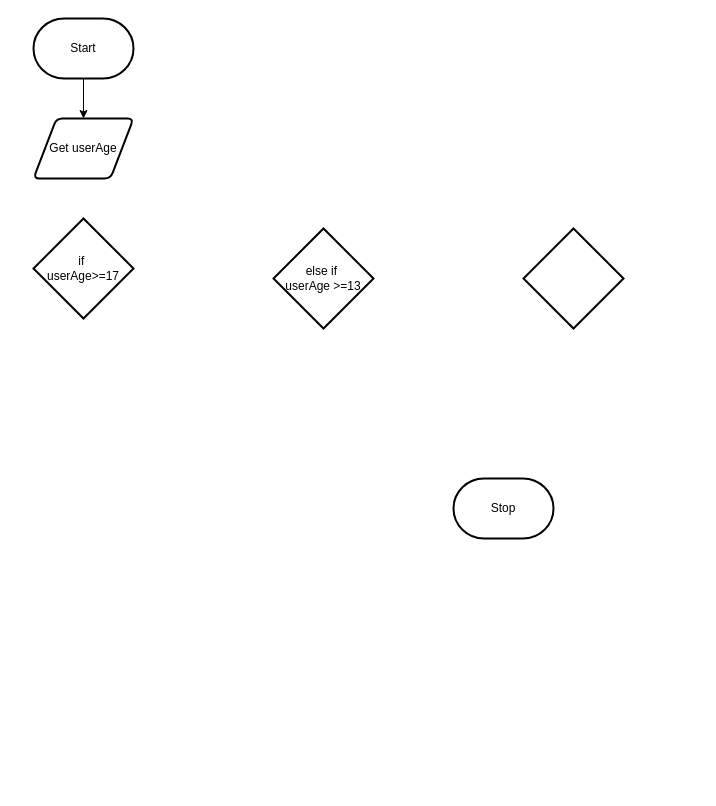
Earlier version of the draw.io diagram design/flowchart.drawio (Gabriel-Zanardi/ICD2O-Unit-6-01-PWA-Gabriel-Zanardi). Source tidied: cells renumbered, new cells numbered last; positions are measured from the earlier drawing's top-left corner, leaving out a move shared by most shapes. Both pictures are drawn from the tidied source at 100%, with x=0, y=0 at pixel (33, 18).
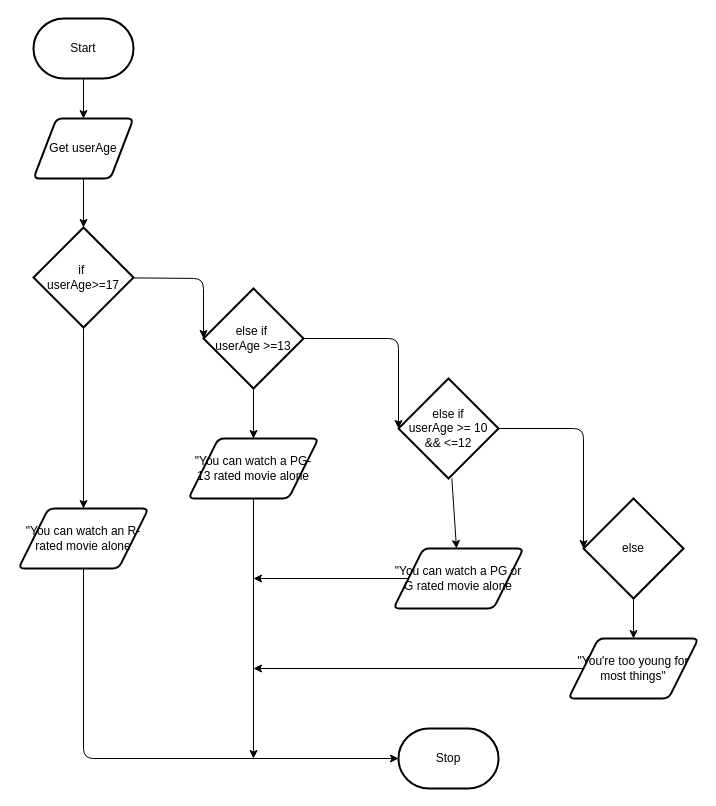
The same page after the edit.

Commit message:
init storyboard

The change refers to these unchanged cells:
```xml
<mxCell id="5" value="Get userAge" style="shape=parallelogram;html=1;strokeWidth=2;perimeter=parallelogramPerimeter;whiteSpace=wrap;rounded=1;arcSize=12;size=0.23;" parent="1" vertex="1">
  <mxGeometry y="100" width="100" height="60" as="geometry" />
</mxCell>
```

Change to the diagram source:
```diff
@@
     <mxCell id="4" value="Stop" style="strokeWidth=2;html=1;shape=mxgraph.flowchart.terminator;whiteSpace=wrap;" parent="1" vertex="1">
-      <mxGeometry x="420" y="460" width="100" height="60" as="geometry" />
+      <mxGeometry x="365" y="710" width="100" height="60" as="geometry" />
     </mxCell>
+    <mxCell id="9" style="edgeStyle=none;html=1;entryX=0.5;entryY=0;entryDx=0;entryDy=0;entryPerimeter=0;" parent="1" edge="1" source="5" target="6">
+      <mxGeometry relative="1" as="geometry" />
+    </mxCell>
@@
+    <mxCell id="10" style="edgeStyle=none;html=1;" parent="1" edge="1" source="6" target="19">
+      <mxGeometry relative="1" as="geometry" />
+    </mxCell>
+    <mxCell id="11" style="edgeStyle=none;html=1;entryX=0;entryY=0.5;entryDx=0;entryDy=0;entryPerimeter=0;" parent="1" edge="1" source="6" target="7">
+      <mxGeometry relative="1" as="geometry">
+        <Array as="points">
+          <mxPoint x="170" y="260" />
+        </Array>
+      </mxGeometry>
+    </mxCell>
     <mxCell id="6" value="if&amp;nbsp;&lt;br&gt;userAge&amp;gt;=17" style="strokeWidth=2;html=1;shape=mxgraph.flowchart.decision;whiteSpace=wrap;" parent="1" vertex="1">
-      <mxGeometry y="200" width="100" height="100" as="geometry" />
+      <mxGeometry y="209" width="100" height="100" as="geometry" />
     </mxCell>
+    <mxCell id="12" style="edgeStyle=none;html=1;entryX=0;entryY=0.5;entryDx=0;entryDy=0;entryPerimeter=0;" parent="1" edge="1" source="7" target="8">
+      <mxGeometry relative="1" as="geometry">
+        <Array as="points">
+          <mxPoint x="365" y="320" />
+        </Array>
+      </mxGeometry>
+    </mxCell>
+    <mxCell id="13" style="edgeStyle=none;html=1;entryX=0.5;entryY=0;entryDx=0;entryDy=0;" parent="1" edge="1" source="7" target="21">
+      <mxGeometry relative="1" as="geometry" />
+    </mxCell>
     <mxCell id="7" value="else if&amp;nbsp;&lt;br&gt;userAge &amp;gt;=13" style="strokeWidth=2;html=1;shape=mxgraph.flowchart.decision;whiteSpace=wrap;" parent="1" vertex="1">
-      <mxGeometry x="240" y="210" width="100" height="100" as="geometry" />
+      <mxGeometry x="170" y="270" width="100" height="100" as="geometry" />
     </mxCell>
+    <mxCell id="14" style="edgeStyle=none;html=1;exitX=1;exitY=0.5;exitDx=0;exitDy=0;exitPerimeter=0;entryX=0;entryY=0.5;entryDx=0;entryDy=0;entryPerimeter=0;" parent="1" edge="1" source="8" target="17">
+      <mxGeometry relative="1" as="geometry">
+        <Array as="points">
+          <mxPoint x="550" y="410" />
+        </Array>
+      </mxGeometry>
+    </mxCell>
+    <mxCell id="15" style="edgeStyle=none;html=1;" parent="1" edge="1" source="8" target="23">
+      <mxGeometry relative="1" as="geometry" />
+    </mxCell>
-    <mxCell id="8" style="strokeWidth=2;html=1;shape=mxgraph.flowchart.decision;whiteSpace=wrap;" parent="1" vertex="1">
-      <mxGeometry x="490" y="210" width="100" height="100" as="geometry" />
+    <mxCell id="8" value="else if&lt;br&gt;userAge &amp;gt;= 10 &amp;amp;&amp;amp; &amp;lt;=12" style="strokeWidth=2;html=1;shape=mxgraph.flowchart.decision;whiteSpace=wrap;" parent="1" vertex="1">
+      <mxGeometry x="365" y="360" width="100" height="100" as="geometry" />
     </mxCell>
+    <mxCell id="16" style="edgeStyle=none;html=1;entryX=0.5;entryY=0;entryDx=0;entryDy=0;" parent="1" edge="1" source="17" target="25">
+      <mxGeometry relative="1" as="geometry" />
+    </mxCell>
+    <mxCell id="17" value="else" style="strokeWidth=2;html=1;shape=mxgraph.flowchart.decision;whiteSpace=wrap;" parent="1" vertex="1">
+      <mxGeometry x="550" y="480" width="100" height="100" as="geometry" />
+    </mxCell>
+    <mxCell id="18" style="edgeStyle=none;html=1;" parent="1" edge="1" source="19" target="4">
+      <mxGeometry relative="1" as="geometry">
+        <Array as="points">
+          <mxPoint x="50" y="740" />
+        </Array>
+      </mxGeometry>
+    </mxCell>
+    <mxCell id="19" value="&quot;You can watch an R-rated movie alone" style="shape=parallelogram;html=1;strokeWidth=2;perimeter=parallelogramPerimeter;whiteSpace=wrap;rounded=1;arcSize=12;size=0.23;" parent="1" vertex="1">
+      <mxGeometry x="-15" y="490" width="130" height="60" as="geometry" />
+    </mxCell>
+    <mxCell id="20" style="edgeStyle=none;html=1;" parent="1" edge="1" source="21">
+      <mxGeometry relative="1" as="geometry">
+        <mxPoint x="220" y="740" as="targetPoint" />
+      </mxGeometry>
+    </mxCell>
+    <mxCell id="21" value="&quot;You can watch a PG-13 rated movie alone" style="shape=parallelogram;html=1;strokeWidth=2;perimeter=parallelogramPerimeter;whiteSpace=wrap;rounded=1;arcSize=12;size=0.23;" parent="1" vertex="1">
+      <mxGeometry x="155" y="420" width="130" height="60" as="geometry" />
+    </mxCell>
+    <mxCell id="22" style="edgeStyle=none;html=1;" parent="1" edge="1" source="23">
+      <mxGeometry relative="1" as="geometry">
+        <mxPoint x="220" y="560" as="targetPoint" />
+      </mxGeometry>
+    </mxCell>
+    <mxCell id="23" value="&quot;You can watch a PG or G rated movie alone" style="shape=parallelogram;html=1;strokeWidth=2;perimeter=parallelogramPerimeter;whiteSpace=wrap;rounded=1;arcSize=12;size=0.23;" parent="1" vertex="1">
+      <mxGeometry x="360" y="530" width="130" height="60" as="geometry" />
+    </mxCell>
+    <mxCell id="24" style="edgeStyle=none;html=1;" parent="1" edge="1" source="25">
+      <mxGeometry relative="1" as="geometry">
+        <mxPoint x="220" y="650" as="targetPoint" />
+      </mxGeometry>
+    </mxCell>
+    <mxCell id="25" value="&quot;You're too young for most things&quot;" style="shape=parallelogram;html=1;strokeWidth=2;perimeter=parallelogramPerimeter;whiteSpace=wrap;rounded=1;arcSize=12;size=0.23;" parent="1" vertex="1">
+      <mxGeometry x="535" y="620" width="130" height="60" as="geometry" />
+    </mxCell>
```
